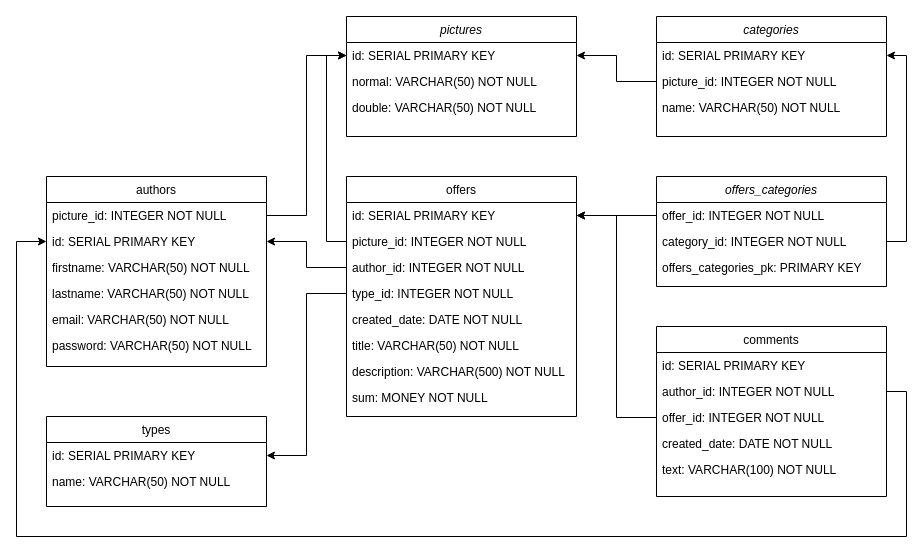
htmlacademy-nodejs/352625-buy-and-sell-3 keeps this draw.io diagram as src/data/db/buy-and-sell.drawio. Above is the earlier version. Source tidied: cells renumbered, new cells numbered last; positions are measured from the earlier drawing's top-left corner, leaving out a move shared by most shapes. Both pictures are drawn from the tidied source at 100%, with x=0, y=0 at pixel (16, 16).
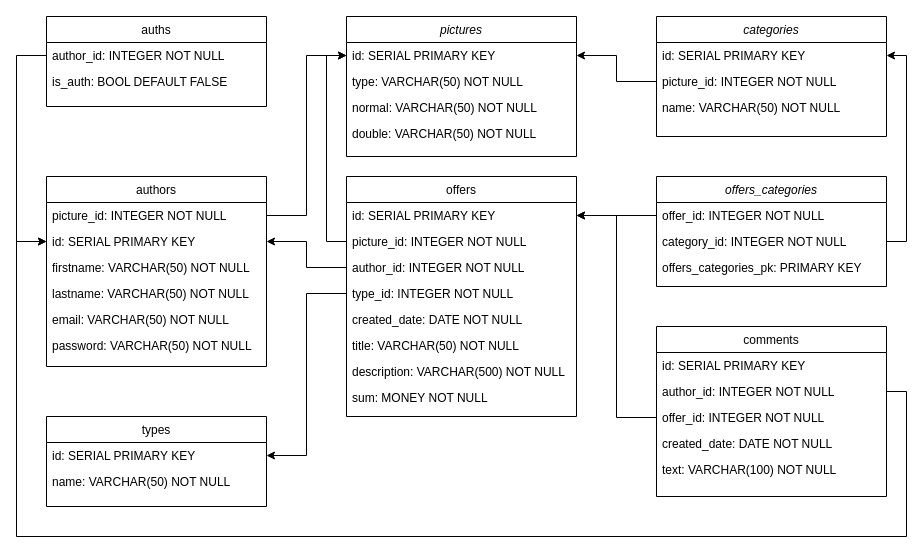
The same diagram, later.

Unchanged cells that the change refers to:
```xml
<mxCell id="32" value="id: SERIAL PRIMARY KEY" style="text;align=left;verticalAlign=top;spacingLeft=4;spacingRight=4;overflow=hidden;points=[[0,0.5],[1,0.5]];portConstraint=eastwest;" parent="30" vertex="1">
  <mxGeometry y="52" width="220" height="26" as="geometry" />
</mxCell>
```

Diff of the diagram source:
```diff
@@
     <mxCell id="41" value="pictures" style="swimlane;fontStyle=2;align=center;verticalAlign=top;horizontal=1;startSize=26;rounded=0;shadow=0;strokeWidth=1;" parent="1" vertex="1">
-      <mxGeometry x="330" width="230" height="120" as="geometry" />
+      <mxGeometry x="330" width="230" height="140" as="geometry" />
     </mxCell>
@@
+    <mxCell id="48" value="type: VARCHAR(50) NOT NULL" style="text;align=left;verticalAlign=top;spacingLeft=4;spacingRight=4;overflow=hidden;rounded=0;shadow=0;html=0;" parent="41" vertex="1">
+      <mxGeometry y="52" width="230" height="26" as="geometry" />
+    </mxCell>
     <mxCell id="43" value="normal: VARCHAR(50) NOT NULL" style="text;align=left;verticalAlign=top;spacingLeft=4;spacingRight=4;overflow=hidden;rounded=0;shadow=0;html=0;" parent="41" vertex="1">
-      <mxGeometry y="52" width="230" height="26" as="geometry" />
+      <mxGeometry y="78" width="230" height="26" as="geometry" />
     </mxCell>
     <mxCell id="44" value="double: VARCHAR(50) NOT NULL" style="text;align=left;verticalAlign=top;spacingLeft=4;spacingRight=4;overflow=hidden;rounded=0;shadow=0;html=0;" parent="41" vertex="1">
-      <mxGeometry y="78" width="230" height="26" as="geometry" />
+      <mxGeometry y="104" width="230" height="26" as="geometry" />
     </mxCell>
@@
+    <mxCell id="49" value="auths" style="swimlane;fontStyle=0;align=center;verticalAlign=top;horizontal=1;startSize=26;rounded=0;shadow=0;strokeWidth=1;" parent="1" vertex="1">
+      <mxGeometry x="30" width="220" height="90" as="geometry" />
+    </mxCell>
+    <mxCell id="50" value="author_id: INTEGER NOT NULL" style="text;align=left;verticalAlign=top;spacingLeft=4;spacingRight=4;overflow=hidden;points=[[0,0.5],[1,0.5]];portConstraint=eastwest;" parent="49" vertex="1">
+      <mxGeometry y="26" width="220" height="26" as="geometry" />
+    </mxCell>
+    <mxCell id="51" value="is_auth: BOOL DEFAULT FALSE" style="text;align=left;verticalAlign=top;spacingLeft=4;spacingRight=4;overflow=hidden;" parent="49" vertex="1">
+      <mxGeometry y="52" width="220" height="26" as="geometry" />
+    </mxCell>
+    <mxCell id="52" style="edgeStyle=orthogonalEdgeStyle;rounded=0;jettySize=auto;html=1;exitX=0;exitY=0.5;exitDx=0;exitDy=0;entryX=0;entryY=0.5;entryDx=0;entryDy=0;" parent="1" edge="1" source="50" target="32">
+      <mxGeometry relative="1" as="geometry">
+        <Array as="points">
+          <mxPoint y="39" />
+          <mxPoint y="225" />
+        </Array>
+      </mxGeometry>
+    </mxCell>
```
